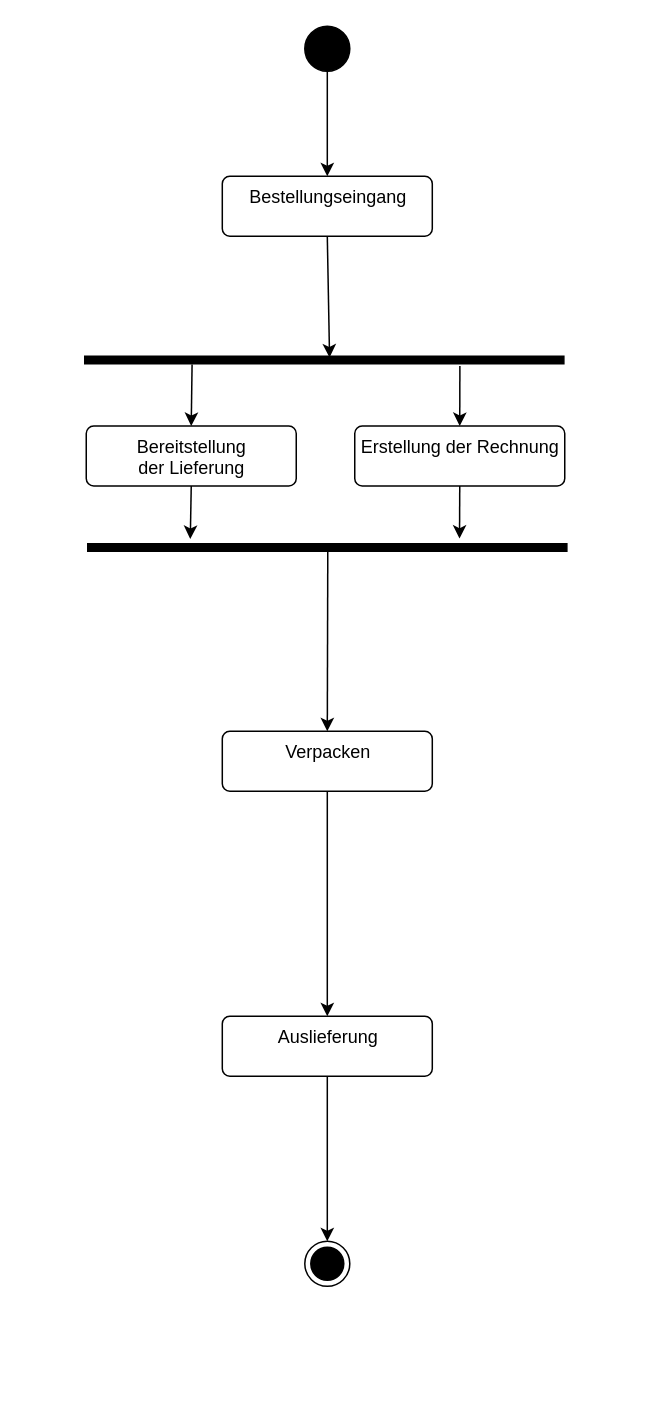
This is docs/bestellprozess.drawio from Jacques-Mock-Schindler/Studienleistung3, a draw.io file, before an edit. Source tidied: cells renumbered, new cells numbered last; positions are measured from the earlier drawing's top-left corner, leaving out a move shared by most shapes. Both pictures are drawn from the tidied source at 150%, with x=0, y=0 at pixel (84, 26).
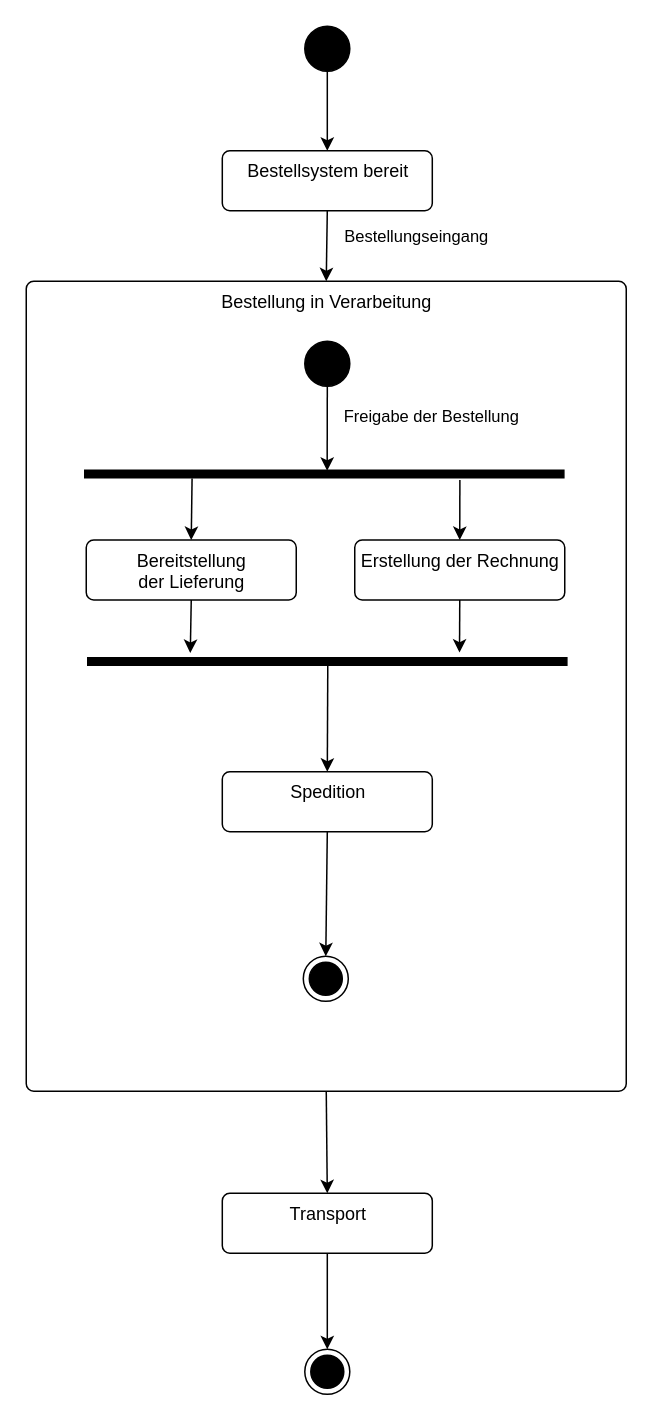
After the change.

Commit message:
Erweitere die Beschreibung des Bestellprzoesses

The change refers to these unchanged cells:
```xml
<mxCell id="9" style="html=1;points=[];perimeter=orthogonalPerimeter;fillColor=strokeColor;rotation=90;" parent="8" vertex="1">
  <mxGeometry x="157.2" y="-157.2" width="5" height="319.4" as="geometry" />
</mxCell>
```

What changed in the source:
```diff
@@
+    <mxCell id="22" value="Bestellung in Verarbeitung" style="html=1;align=center;verticalAlign=top;rounded=1;absoluteArcSize=1;arcSize=10;dashed=0;" parent="1" vertex="1">
+      <mxGeometry x="-39" y="170" width="400" height="540" as="geometry" />
+    </mxCell>
@@
-    <mxCell id="3" value="Bestellungseingang" style="html=1;align=center;verticalAlign=top;rounded=1;absoluteArcSize=1;arcSize=10;dashed=0;" parent="1" vertex="1">
-      <mxGeometry x="91.7" y="100" width="140" height="40" as="geometry" />
+    <mxCell id="3" value="Bestellsystem bereit" style="html=1;align=center;verticalAlign=top;rounded=1;absoluteArcSize=1;arcSize=10;dashed=0;" parent="1" vertex="1">
+      <mxGeometry x="91.7" y="83" width="140" height="40" as="geometry" />
     </mxCell>
-    <mxCell id="4" value="Verpacken" style="html=1;align=center;verticalAlign=top;rounded=1;absoluteArcSize=1;arcSize=10;dashed=0;" parent="1" vertex="1">
-      <mxGeometry x="91.7" y="470" width="140" height="40" as="geometry" />
+    <mxCell id="4" value="Spedition" style="html=1;align=center;verticalAlign=top;rounded=1;absoluteArcSize=1;arcSize=10;dashed=0;" parent="1" vertex="1">
+      <mxGeometry x="91.7" y="497" width="140" height="40" as="geometry" />
     </mxCell>
-    <mxCell id="5" value="Auslieferung" style="html=1;align=center;verticalAlign=top;rounded=1;absoluteArcSize=1;arcSize=10;dashed=0;" parent="1" vertex="1">
-      <mxGeometry x="91.7" y="660" width="140" height="40" as="geometry" />
+    <mxCell id="5" value="Transport" style="html=1;align=center;verticalAlign=top;rounded=1;absoluteArcSize=1;arcSize=10;dashed=0;" parent="1" vertex="1">
+      <mxGeometry x="91.7" y="778" width="140" height="40" as="geometry" />
     </mxCell>
     <mxCell id="6" style="ellipse;html=1;shape=endState;fillColor=strokeColor;" parent="1" vertex="1">
-      <mxGeometry x="146.7" y="810" width="30" height="30" as="geometry" />
+      <mxGeometry x="146.7" y="882" width="30" height="30" as="geometry" />
     </mxCell>
@@
     <mxCell id="8" style="group;" parent="1" vertex="1">
-      <mxGeometry y="220" width="321.4" height="130" as="geometry" />
+      <mxGeometry y="296" width="321.4" height="130" as="geometry" />
     </mxCell>
@@
-    <mxCell id="19" style="endArrow=classic;html=1;rounded=0;exitX=0.5;exitY=1;exitDx=0;exitDy=0;entryX=0.162;entryY=0.489;entryDx=0;entryDy=0;entryPerimeter=0;" parent="1" edge="1" source="3" target="9">
-      <mxGeometry relative="1" as="geometry" />
+    <mxCell id="19" value="Bestellungseingang" style="endArrow=classic;html=1;rounded=0;exitX=0.5;exitY=1;exitDx=0;exitDy=0;entryX=0.5;entryY=0;entryDx=0;entryDy=0;" parent="1" edge="1" source="3" target="22">
+      <mxGeometry x="-0.31" y="60" relative="1" as="geometry" />
     </mxCell>
-    <mxCell id="20" style="endArrow=classic;html=1;rounded=0;exitX=0.5;exitY=1;exitDx=0;exitDy=0;entryX=0.5;entryY=0;entryDx=0;entryDy=0;" parent="1" edge="1" source="4" target="5">
-      <mxGeometry relative="1" as="geometry" />
-    </mxCell>
@@
+    <mxCell id="23" style="ellipse;fillColor=strokeColor;" parent="1" vertex="1">
+      <mxGeometry x="146.7" y="210" width="30" height="30" as="geometry" />
+    </mxCell>
+    <mxCell id="24" value="Freigabe der Bestellung" style="endArrow=classic;html=1;exitX=0.5;exitY=1;exitDx=0;exitDy=0;entryX=0.067;entryY=0.494;entryDx=0;entryDy=0;entryPerimeter=0;" parent="1" edge="1" source="23" target="9">
+      <mxGeometry x="-0.29" y="69" relative="1" as="geometry" />
+    </mxCell>
+    <mxCell id="25" style="ellipse;html=1;shape=endState;fillColor=strokeColor;" parent="1" vertex="1">
+      <mxGeometry x="145.7" y="620" width="30" height="30" as="geometry" />
+    </mxCell>
+    <mxCell id="26" style="endArrow=classic;html=1;exitX=0.5;exitY=1;exitDx=0;exitDy=0;entryX=0.5;entryY=0;entryDx=0;entryDy=0;" parent="1" edge="1" source="4" target="25">
+      <mxGeometry relative="1" as="geometry" />
+    </mxCell>
+    <mxCell id="27" style="endArrow=classic;html=1;exitX=0.5;exitY=1;exitDx=0;exitDy=0;entryX=0.5;entryY=0;entryDx=0;entryDy=0;" parent="1" edge="1" source="22" target="5">
+      <mxGeometry relative="1" as="geometry" />
+    </mxCell>
```
